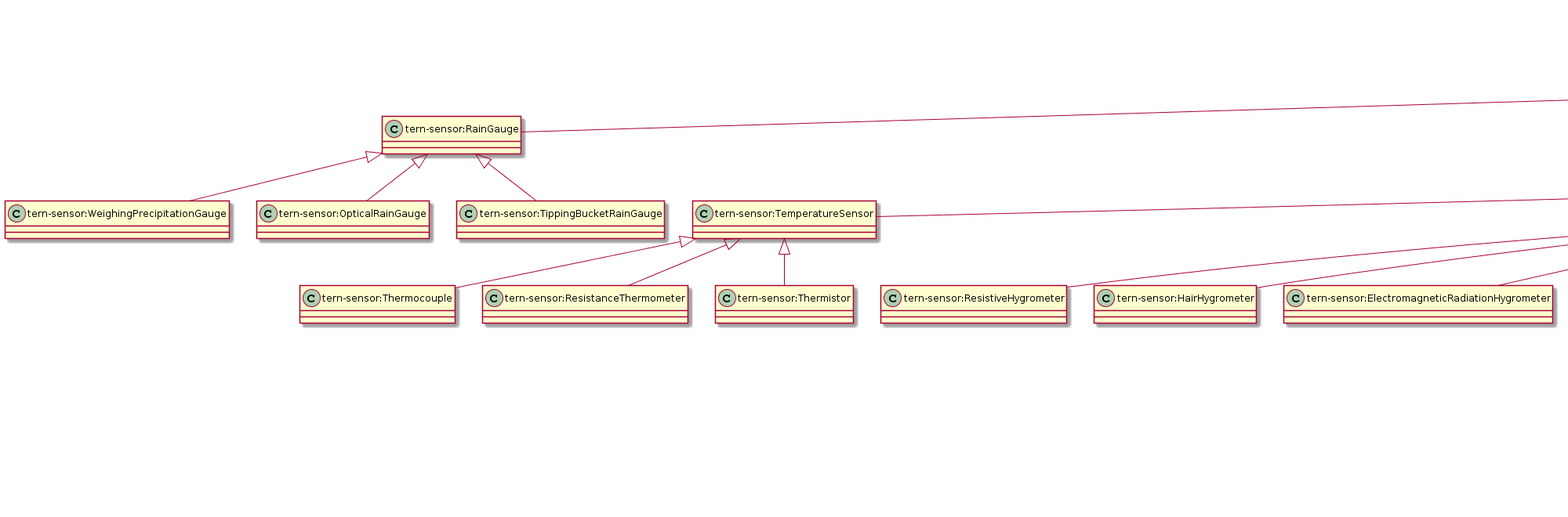
Before: docs/tern-sensor.ttl.txt.png, a diagram exported from PlantUML (ternaustralia/ontology_tern-sensor).
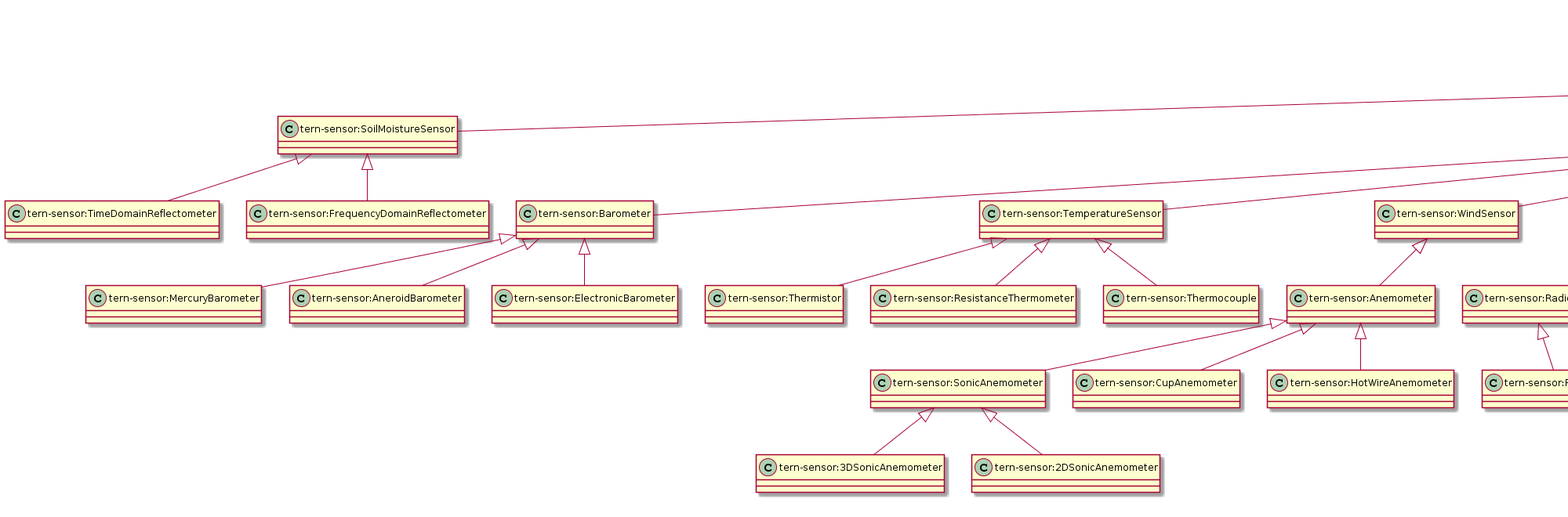
Above is the later version.

Diff of the diagram source:
```diff
@@ -1,172 +1,172 @@
 @startuml
 title TERN Sensors Ontology
+"tern-sensor:Barometer" <|-- "tern-sensor:MercuryBarometer"
+"tern-sensor:SoilMoistureSensor" <|-- "tern-sensor:TimeDomainReflectometer"
+"tern-sensor:FluxTowerSensor" <|-- "tern-sensor:TemperatureSensor"
+"sosa:Sensor" <|-- "tern-sensor:HeatFluxSensor"
+"sosa:Sensor" <|-- "tern-sensor:RainGauge"
+"tern-sensor:TemperatureSensor" <|-- "tern-sensor:Thermistor"
+"tern-sensor:Radiometer" <|-- "tern-sensor:Pyrradiometer"
+"tern-sensor:RainGauge" <|-- "tern-sensor:TippingBucketRainGauge"
+"tern-sensor:WindSensor" <|-- "tern-sensor:Anemometer"
+"tern-sensor:MobilePlatform" <|-- "tern-sensor:Satellite"
+"tern-sensor:MobilePlatform" <|-- "tern-sensor:Aircraft"
+"tern-sensor:RainGauge" <|-- "tern-sensor:WeighingPrecipitationGauge"
+"tern-sensor:EcologicalPlot" <|-- "tern-sensor:SuperSite"
+"tern-sensor:SoilMoistureSensor" <|-- "tern-sensor:FrequencyDomainReflectometer"
+"sosa:Sensor" <|-- "tern-sensor:SapFlowSensor"
+"tern-sensor:Aircraft" <|-- "tern-sensor:Drone"
+"tern-sensor:RadiationSensor" <|-- "tern-sensor:Radiometer"
+"tern-sensor:Radiometer" <|-- "tern-sensor:Actinometer"
+"tern-sensor:FluxTowerSensor" <|-- "tern-sensor:CapactitiveSensor"
+"tern-sensor:SonicAnemometer" <|-- "tern-sensor:3DSonicAnemometer"
+"tern-sensor:FixedPlatform" <|-- "tern-sensor:WeatherStation"
+"tern-sensor:Anemometer" <|-- "tern-sensor:SonicAnemometer"
+"tern-sensor:RadiationSensor" <|-- "tern-sensor:QuantumSensor"
+"tern-sensor:Hygrometer" <|-- "tern-sensor:DewPointHygrometer"
+"sosa:Platform" <|-- "tern-sensor:FixedPlatform"
+"sosa:Sensor" <|-- "tern-sensor:FluxTowerSensor"
+"tern-sensor:TemperatureSensor" <|-- "tern-sensor:ResistanceThermometer"
+"sosa:Sensor" <|-- "tern-sensor:Spectrometer"
 "tern-sensor:TemperatureSensor" <|-- "tern-sensor:Thermocouple"
-"sosa:Sensor" <|-- "tern-sensor:RainGauge"
-"tern-sensor:RainGauge" <|-- "tern-sensor:WeighingPrecipitationGauge"
+"tern-sensor:Barometer" <|-- "tern-sensor:AneroidBarometer"
+"tern-sensor:FluxTowerSensor" <|-- "tern-sensor:Barometer"
+"tern-sensor:Hygrometer" <|-- "tern-sensor:HairHygrometer"
+"tern-sensor:FluxTowerSensor" <|-- "tern-sensor:WindSensor"
+"tern-sensor:RadiationSensor" <|-- "tern-sensor:Pyrheliometer"
+"tern-sensor:Hygrometer" <|-- "tern-sensor:GravimetricHygrometer"
+"tern-sensor:Actinometer" <|-- "tern-sensor:Pyranometer"
+"tern-sensor:RadiationSensor" <|-- "tern-sensor:Pyrgeometer"
+"tern-sensor:Hygrometer" <|-- "tern-sensor:ResistiveHygrometer"
+"tern-sensor:FluxTowerSensor" <|-- "tern-sensor:InfraredGasAnalyzer"
+"sosa:Platform" <|-- "tern-sensor:MobilePlatform"
+"tern-sensor:RainGauge" <|-- "tern-sensor:OpticalRainGauge"
+"sosa:Sensor" <|-- "tern-sensor:SoilMoistureSensor"
+"tern-sensor:FixedPlatform" <|-- "tern-sensor:EcologicalPlot"
+"tern-sensor:Barometer" <|-- "tern-sensor:ElectronicBarometer"
+"sosa:Sensor" <|-- "tern-sensor:Dendrometer"
 "sosa:Sensor" <|-- "tern-sensor:Ceilometer"
-"tern-sensor:RainGauge" <|-- "tern-sensor:OpticalRainGauge"
-"tern-sensor:Hygrometer" <|-- "tern-sensor:ResistiveHygrometer"
 "tern-sensor:Actinometer" <|-- "tern-sensor:NetRadiometer"
-"tern-sensor:FluxTowerSensor" <|-- "tern-sensor:CapactitiveSensor"
+"tern-sensor:Anemometer" <|-- "tern-sensor:CupAnemometer"
+"tern-sensor:Hygrometer" <|-- "tern-sensor:ElectromagneticRadiationHygrometer"
 "tern-sensor:FixedPlatform" <|-- "tern-sensor:FluxTower"
-"tern-sensor:Aircraft" <|-- "tern-sensor:Drone"
-"tern-sensor:Radiometer" <|-- "tern-sensor:Pyrradiometer"
-"tern-sensor:SonicAnemometer" <|-- "tern-sensor:3DSonicAnemometer"
-"tern-sensor:Anemometer" <|-- "tern-sensor:CupAnemometer"
-"tern-sensor:SoilMoistureSensor" <|-- "tern-sensor:FrequencyDomainReflectometer"
-"tern-sensor:Hygrometer" <|-- "tern-sensor:HairHygrometer"
-"tern-sensor:WindSensor" <|-- "tern-sensor:Anemometer"
-"tern-sensor:Radiometer" <|-- "tern-sensor:Actinometer"
-"tern-sensor:Hygrometer" <|-- "tern-sensor:ElectromagneticRadiationHygrometer"
-"sosa:Sensor" <|-- "tern-sensor:SapFlowSensor"
-"tern-sensor:MobilePlatform" <|-- "tern-sensor:Satellite"
-"tern-sensor:FluxTowerSensor" <|-- "tern-sensor:TemperatureSensor"
-"tern-sensor:TemperatureSensor" <|-- "tern-sensor:ResistanceThermometer"
-"sosa:Sensor" <|-- "tern-sensor:Dendrometer"
-"sosa:Sensor" <|-- "tern-sensor:HeatFluxSensor"
-"tern-sensor:RadiationSensor" <|-- "tern-sensor:Pyrheliometer"
-"tern-sensor:Anemometer" <|-- "tern-sensor:SonicAnemometer"
-"tern-sensor:SoilMoistureSensor" <|-- "tern-sensor:TimeDomainReflectometer"
-"tern-sensor:Hygrometer" <|-- "tern-sensor:DewPointHygrometer"
-"tern-sensor:MobilePlatform" <|-- "tern-sensor:Aircraft"
-"sosa:Sensor" <|-- "tern-sensor:SoilMoistureSensor"
-"tern-sensor:TemperatureSensor" <|-- "tern-sensor:Thermistor"
-"tern-sensor:RainGauge" <|-- "tern-sensor:TippingBucketRainGauge"
-"tern-sensor:Hygrometer" <|-- "tern-sensor:GravimetricHygrometer"
-"tern-sensor:Barometer" <|-- "tern-sensor:AneroidBarometer"
-"tern-sensor:Actinometer" <|-- "tern-sensor:Pyranometer"
-"sosa:Sensor" <|-- "tern-sensor:Spectrometer"
+"tern-sensor:Anemometer" <|-- "tern-sensor:HotWireAnemometer"
 "tern-sensor:FluxTowerSensor" <|-- "tern-sensor:Hygrometer"
-"sosa:Platform" <|-- "tern-sensor:MobilePlatform"
-"tern-sensor:FluxTowerSensor" <|-- "tern-sensor:Barometer"
-"tern-sensor:RadiationSensor" <|-- "tern-sensor:QuantumSensor"
+"tern-sensor:Hygrometer" <|-- "tern-sensor:Psychrometer"
+"tern-sensor:SonicAnemometer" <|-- "tern-sensor:2DSonicAnemometer"
+"tern-sensor:Hygrometer" <|-- "tern-sensor:LithiumChlorideHeatedCondensationHygrometer"
 "tern-sensor:FluxTowerSensor" <|-- "tern-sensor:RadiationSensor"
-"sosa:Platform" <|-- "tern-sensor:FixedPlatform"
-"tern-sensor:SonicAnemometer" <|-- "tern-sensor:2DSonicAnemometer"
-"tern-sensor:Anemometer" <|-- "tern-sensor:HotWireAnemometer"
-"tern-sensor:FixedPlatform" <|-- "tern-sensor:WeatherStation"
-"tern-sensor:FluxTowerSensor" <|-- "tern-sensor:WindSensor"
-"tern-sensor:FluxTowerSensor" <|-- "tern-sensor:InfraredGasAnalyzer"
-"tern-sensor:Barometer" <|-- "tern-sensor:ElectronicBarometer"
-"tern-sensor:RadiationSensor" <|-- "tern-sensor:Pyrgeometer"
-"tern-sensor:Hygrometer" <|-- "tern-sensor:Psychrometer"
-"tern-sensor:Barometer" <|-- "tern-sensor:MercuryBarometer"
-"sosa:Sensor" <|-- "tern-sensor:FluxTowerSensor"
-"tern-sensor:FixedPlatform" <|-- "tern-sensor:EcologicalPlot"
-"tern-sensor:Hygrometer" <|-- "tern-sensor:LithiumChlorideHeatedCondensationHygrometer"
-"tern-sensor:RadiationSensor" <|-- "tern-sensor:Radiometer"
-"tern-sensor:EcologicalPlot" <|-- "tern-sensor:SuperSite"
-Class "tern-sensor:Thermocouple" [[https://w3id.org/tern/ontologies/sensor/Thermocouple]] {
+Class "tern-sensor:MercuryBarometer" [[https://w3id.org/tern/ontologies/sensor/MercuryBarometer]] {
+}
+Class "tern-sensor:TimeDomainReflectometer" [[https://w3id.org/tern/ontologies/sensor/TimeDomainReflectometer]] {
+}
+Class "tern-sensor:TemperatureSensor" [[https://w3id.org/tern/ontologies/sensor/TemperatureSensor]] {
+}
+Class "tern-sensor:HeatFluxSensor" [[https://w3id.org/tern/ontologies/sensor/HeatFluxSensor]] {
 }
 Class "tern-sensor:RainGauge" [[https://w3id.org/tern/ontologies/sensor/RainGauge]] {
 }
+Class "tern-sensor:Thermistor" [[https://w3id.org/tern/ontologies/sensor/Thermistor]] {
+}
+Class "tern-sensor:Pyrradiometer" [[https://w3id.org/tern/ontologies/sensor/Pyrradiometer]] {
+}
+Class "tern-sensor:TippingBucketRainGauge" [[https://w3id.org/tern/ontologies/sensor/TippingBucketRainGauge]] {
+}
+Class "tern-sensor:Anemometer" [[https://w3id.org/tern/ontologies/sensor/Anemometer]] {
+}
+Class "tern-sensor:Satellite" [[https://w3id.org/tern/ontologies/sensor/Satellite]] {
+}
+Class "tern-sensor:Aircraft" [[https://w3id.org/tern/ontologies/sensor/Aircraft]] {
+}
 Class "tern-sensor:WeighingPrecipitationGauge" [[https://w3id.org/tern/ontologies/sensor/WeighingPrecipitationGauge]] {
+}
+Class "tern-sensor:SuperSite" [[https://w3id.org/tern/ontologies/sensor/SuperSite]] {
+}
+Class "tern-sensor:FrequencyDomainReflectometer" [[https://w3id.org/tern/ontologies/sensor/FrequencyDomainReflectometer]] {
+}
+Class "tern-sensor:SapFlowSensor" [[https://w3id.org/tern/ontologies/sensor/SapFlowSensor]] {
+}
+Class "tern-sensor:Drone" [[https://w3id.org/tern/ontologies/sensor/Drone]] {
+}
+Class "tern-sensor:Radiometer" [[https://w3id.org/tern/ontologies/sensor/Radiometer]] {
+}
+Class "tern-sensor:Actinometer" [[https://w3id.org/tern/ontologies/sensor/Actinometer]] {
+}
+Class "tern-sensor:CapactitiveSensor" [[https://w3id.org/tern/ontologies/sensor/CapactitiveSensor]] {
+}
+Class "tern-sensor:3DSonicAnemometer" [[https://w3id.org/tern/ontologies/sensor/3DSonicAnemometer]] {
+}
+Class "tern-sensor:WeatherStation" [[https://w3id.org/tern/ontologies/sensor/WeatherStation]] {
+}
+Class "tern-sensor:SonicAnemometer" [[https://w3id.org/tern/ontologies/sensor/SonicAnemometer]] {
+}
+Class "tern-sensor:QuantumSensor" [[https://w3id.org/tern/ontologies/sensor/QuantumSensor]] {
+}
+Class "tern-sensor:DewPointHygrometer" [[https://w3id.org/tern/ontologies/sensor/DewPointHygrometer]] {
+}
+Class "tern-sensor:FixedPlatform" [[https://w3id.org/tern/ontologies/sensor/FixedPlatform]] {
+}
+Class "tern-sensor:FluxTowerSensor" [[https://w3id.org/tern/ontologies/sensor/FluxTowerSensor]] {
+}
+Class "tern-sensor:ResistanceThermometer" [[https://w3id.org/tern/ontologies/sensor/ResistanceThermometer]] {
+}
+Class "tern-sensor:Spectrometer" [[https://w3id.org/tern/ontologies/sensor/Spectrometer]] {
+}
+Class "tern-sensor:Thermocouple" [[https://w3id.org/tern/ontologies/sensor/Thermocouple]] {
+}
+Class "tern-sensor:AneroidBarometer" [[https://w3id.org/tern/ontologies/sensor/AneroidBarometer]] {
+}
+Class "tern-sensor:Barometer" [[https://w3id.org/tern/ontologies/sensor/Barometer]] {
+}
+Class "tern-sensor:HairHygrometer" [[https://w3id.org/tern/ontologies/sensor/HairHygrometer]] {
+}
+Class "tern-sensor:WindSensor" [[https://w3id.org/tern/ontologies/sensor/WindSensor]] {
+}
+Class "tern-sensor:Pyrheliometer" [[https://w3id.org/tern/ontologies/sensor/Pyrheliometer]] {
+}
+Class "tern-sensor:GravimetricHygrometer" [[https://w3id.org/tern/ontologies/sensor/GravimetricHygrometer]] {
+}
+Class "tern-sensor:Pyranometer" [[https://w3id.org/tern/ontologies/sensor/Pyranometer]] {
+}
+Class "tern-sensor:Pyrgeometer" [[https://w3id.org/tern/ontologies/sensor/Pyrgeometer]] {
+}
+Class "tern-sensor:ResistiveHygrometer" [[https://w3id.org/tern/ontologies/sensor/ResistiveHygrometer]] {
+}
+Class "tern-sensor:InfraredGasAnalyzer" [[https://w3id.org/tern/ontologies/sensor/InfraredGasAnalyzer]] {
+}
+Class "tern-sensor:MobilePlatform" [[https://w3id.org/tern/ontologies/sensor/MobilePlatform]] {
+}
+Class "tern-sensor:OpticalRainGauge" [[https://w3id.org/tern/ontologies/sensor/OpticalRainGauge]] {
+}
+Class "tern-sensor:SoilMoistureSensor" [[https://w3id.org/tern/ontologies/sensor/SoilMoistureSensor]] {
+}
+Class "tern-sensor:EcologicalPlot" [[https://w3id.org/tern/ontologies/sensor/EcologicalPlot]] {
+}
+Class "tern-sensor:ElectronicBarometer" [[https://w3id.org/tern/ontologies/sensor/ElectronicBarometer]] {
+}
+Class "tern-sensor:Dendrometer" [[https://w3id.org/tern/ontologies/sensor/Dendrometer]] {
 }
 Class "tern-sensor:Ceilometer" [[https://w3id.org/tern/ontologies/sensor/Ceilometer]] {
 }
-Class "tern-sensor:OpticalRainGauge" [[https://w3id.org/tern/ontologies/sensor/OpticalRainGauge]] {
-}
-Class "tern-sensor:ResistiveHygrometer" [[https://w3id.org/tern/ontologies/sensor/ResistiveHygrometer]] {
-}
 Class "tern-sensor:NetRadiometer" [[https://w3id.org/tern/ontologies/sensor/NetRadiometer]] {
 }
-Class "tern-sensor:CapactitiveSensor" [[https://w3id.org/tern/ontologies/sensor/CapactitiveSensor]] {
+Class "tern-sensor:CupAnemometer" [[https://w3id.org/tern/ontologies/sensor/CupAnemometer]] {
+}
+Class "tern-sensor:ElectromagneticRadiationHygrometer" [[https://w3id.org/tern/ontologies/sensor/ElectromagneticRadiationHygrometer]] {
 }
 Class "tern-sensor:FluxTower" [[https://w3id.org/tern/ontologies/sensor/FluxTower]] {
 }
-Class "tern-sensor:Drone" [[https://w3id.org/tern/ontologies/sensor/Drone]] {
-}
-Class "tern-sensor:Pyrradiometer" [[https://w3id.org/tern/ontologies/sensor/Pyrradiometer]] {
-}
-Class "tern-sensor:3DSonicAnemometer" [[https://w3id.org/tern/ontologies/sensor/3DSonicAnemometer]] {
-}
-Class "tern-sensor:CupAnemometer" [[https://w3id.org/tern/ontologies/sensor/CupAnemometer]] {
-}
-Class "tern-sensor:FrequencyDomainReflectometer" [[https://w3id.org/tern/ontologies/sensor/FrequencyDomainReflectometer]] {
-}
-Class "tern-sensor:HairHygrometer" [[https://w3id.org/tern/ontologies/sensor/HairHygrometer]] {
-}
-Class "tern-sensor:Anemometer" [[https://w3id.org/tern/ontologies/sensor/Anemometer]] {
-}
-Class "tern-sensor:Actinometer" [[https://w3id.org/tern/ontologies/sensor/Actinometer]] {
-}
-Class "tern-sensor:ElectromagneticRadiationHygrometer" [[https://w3id.org/tern/ontologies/sensor/ElectromagneticRadiationHygrometer]] {
-}
-Class "tern-sensor:SapFlowSensor" [[https://w3id.org/tern/ontologies/sensor/SapFlowSensor]] {
-}
-Class "tern-sensor:Satellite" [[https://w3id.org/tern/ontologies/sensor/Satellite]] {
-}
-Class "tern-sensor:TemperatureSensor" [[https://w3id.org/tern/ontologies/sensor/TemperatureSensor]] {
-}
-Class "tern-sensor:ResistanceThermometer" [[https://w3id.org/tern/ontologies/sensor/ResistanceThermometer]] {
-}
-Class "tern-sensor:Dendrometer" [[https://w3id.org/tern/ontologies/sensor/Dendrometer]] {
-}
-Class "tern-sensor:HeatFluxSensor" [[https://w3id.org/tern/ontologies/sensor/HeatFluxSensor]] {
-}
-Class "tern-sensor:Pyrheliometer" [[https://w3id.org/tern/ontologies/sensor/Pyrheliometer]] {
-}
-Class "tern-sensor:SonicAnemometer" [[https://w3id.org/tern/ontologies/sensor/SonicAnemometer]] {
-}
-Class "tern-sensor:TimeDomainReflectometer" [[https://w3id.org/tern/ontologies/sensor/TimeDomainReflectometer]] {
-}
-Class "tern-sensor:DewPointHygrometer" [[https://w3id.org/tern/ontologies/sensor/DewPointHygrometer]] {
-}
-Class "tern-sensor:Aircraft" [[https://w3id.org/tern/ontologies/sensor/Aircraft]] {
-}
-Class "tern-sensor:SoilMoistureSensor" [[https://w3id.org/tern/ontologies/sensor/SoilMoistureSensor]] {
-}
-Class "tern-sensor:Thermistor" [[https://w3id.org/tern/ontologies/sensor/Thermistor]] {
-}
-Class "tern-sensor:TippingBucketRainGauge" [[https://w3id.org/tern/ontologies/sensor/TippingBucketRainGauge]] {
-}
-Class "tern-sensor:GravimetricHygrometer" [[https://w3id.org/tern/ontologies/sensor/GravimetricHygrometer]] {
-}
-Class "tern-sensor:AneroidBarometer" [[https://w3id.org/tern/ontologies/sensor/AneroidBarometer]] {
-}
-Class "tern-sensor:Pyranometer" [[https://w3id.org/tern/ontologies/sensor/Pyranometer]] {
-}
-Class "tern-sensor:Spectrometer" [[https://w3id.org/tern/ontologies/sensor/Spectrometer]] {
+Class "tern-sensor:HotWireAnemometer" [[https://w3id.org/tern/ontologies/sensor/HotWireAnemometer]] {
 }
 Class "tern-sensor:Hygrometer" [[https://w3id.org/tern/ontologies/sensor/Hygrometer]] {
 }
-Class "tern-sensor:MobilePlatform" [[https://w3id.org/tern/ontologies/sensor/MobilePlatform]] {
-}
-Class "tern-sensor:Barometer" [[https://w3id.org/tern/ontologies/sensor/Barometer]] {
-}
-Class "tern-sensor:QuantumSensor" [[https://w3id.org/tern/ontologies/sensor/QuantumSensor]] {
-}
-Class "tern-sensor:RadiationSensor" [[https://w3id.org/tern/ontologies/sensor/RadiationSensor]] {
-}
-Class "tern-sensor:FixedPlatform" [[https://w3id.org/tern/ontologies/sensor/FixedPlatform]] {
+Class "tern-sensor:Psychrometer" [[https://w3id.org/tern/ontologies/sensor/Psychrometer]] {
 }
 Class "tern-sensor:2DSonicAnemometer" [[https://w3id.org/tern/ontologies/sensor/2DSonicAnemometer]] {
 }
-Class "tern-sensor:HotWireAnemometer" [[https://w3id.org/tern/ontologies/sensor/HotWireAnemometer]] {
-}
-Class "tern-sensor:WeatherStation" [[https://w3id.org/tern/ontologies/sensor/WeatherStation]] {
-}
-Class "tern-sensor:WindSensor" [[https://w3id.org/tern/ontologies/sensor/WindSensor]] {
-}
-Class "tern-sensor:InfraredGasAnalyzer" [[https://w3id.org/tern/ontologies/sensor/InfraredGasAnalyzer]] {
-}
-Class "tern-sensor:ElectronicBarometer" [[https://w3id.org/tern/ontologies/sensor/ElectronicBarometer]] {
-}
-Class "tern-sensor:Pyrgeometer" [[https://w3id.org/tern/ontologies/sensor/Pyrgeometer]] {
-}
-Class "tern-sensor:Psychrometer" [[https://w3id.org/tern/ontologies/sensor/Psychrometer]] {
-}
-Class "tern-sensor:MercuryBarometer" [[https://w3id.org/tern/ontologies/sensor/MercuryBarometer]] {
-}
-Class "tern-sensor:FluxTowerSensor" [[https://w3id.org/tern/ontologies/sensor/FluxTowerSensor]] {
-}
-Class "tern-sensor:EcologicalPlot" [[https://w3id.org/tern/ontologies/sensor/EcologicalPlot]] {
-}
 Class "tern-sensor:LithiumChlorideHeatedCondensationHygrometer" [[https://w3id.org/tern/ontologies/sensor/LithiumChlorideHeatedCondensationHygrometer]] {
 }
-Class "tern-sensor:Radiometer" [[https://w3id.org/tern/ontologies/sensor/Radiometer]] {
-}
-Class "tern-sensor:SuperSite" [[https://w3id.org/tern/ontologies/sensor/SuperSite]] {
+Class "tern-sensor:RadiationSensor" [[https://w3id.org/tern/ontologies/sensor/RadiationSensor]] {
 }
 header
 Creator: Edmond Chuc (e.chuc@uq.edu.au)
```
